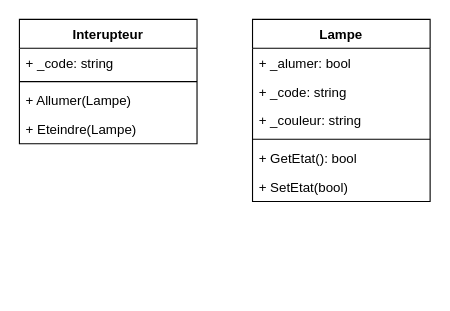
This is page "ACT 1_Ter POO : ALLUMER LA LAMPE" (3 of 3) of UAA14.drawio from Limacha/UAA14, a draw.io file, before an edit. Source tidied: cells renumbered, new cells numbered last; positions are measured from the earlier drawing's top-left corner, leaving out a move shared by most shapes. Both pictures are drawn from the tidied source at 111%, with x=0, y=0 at pixel (19, 19).
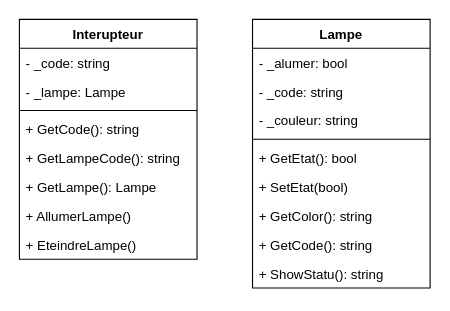
After the change.

Diff of the diagram source:
```diff
@@
     <mxCell id="2" value="Interupteur" style="swimlane;fontStyle=1;align=center;verticalAlign=top;horizontal=1;startSize=26;whiteSpace=wrap;html=1;" parent="1" vertex="1">
-      <mxGeometry width="160" height="112" as="geometry" />
+      <mxGeometry width="160" height="216" as="geometry" />
     </mxCell>
-    <mxCell id="3" value="+ _code: string" style="text;strokeColor=none;fillColor=none;align=left;verticalAlign=top;spacingLeft=4;spacingRight=4;overflow=hidden;whiteSpace=wrap;html=1;" parent="2" vertex="1">
+    <mxCell id="3" value="- _code: string" style="text;strokeColor=none;fillColor=none;align=left;verticalAlign=top;spacingLeft=4;spacingRight=4;overflow=hidden;whiteSpace=wrap;html=1;" parent="2" vertex="1">
       <mxGeometry y="26" width="160" height="26" as="geometry" />
     </mxCell>
+    <mxCell id="14" value="- _lampe: Lampe" style="text;strokeColor=none;fillColor=none;align=left;verticalAlign=top;spacingLeft=4;spacingRight=4;overflow=hidden;whiteSpace=wrap;html=1;" parent="2" vertex="1">
+      <mxGeometry y="52" width="160" height="26" as="geometry" />
+    </mxCell>
     <mxCell id="4" style="line;strokeWidth=1;fillColor=none;align=left;verticalAlign=middle;spacingTop=-1;spacingLeft=3;spacingRight=3;labelPosition=right;strokeColor=inherit;" parent="2" vertex="1">
-      <mxGeometry y="52" width="160" height="8" as="geometry" />
+      <mxGeometry y="78" width="160" height="8" as="geometry" />
     </mxCell>
-    <mxCell id="5" value="+ Allumer(Lampe)" style="text;strokeColor=none;fillColor=none;align=left;verticalAlign=top;spacingLeft=4;spacingRight=4;overflow=hidden;whiteSpace=wrap;html=1;" parent="2" vertex="1">
-      <mxGeometry y="60" width="160" height="26" as="geometry" />
+    <mxCell id="5" value="+ GetCode(): string" style="text;strokeColor=none;fillColor=none;align=left;verticalAlign=top;spacingLeft=4;spacingRight=4;overflow=hidden;whiteSpace=wrap;html=1;" parent="2" vertex="1">
+      <mxGeometry y="86" width="160" height="26" as="geometry" />
     </mxCell>
-    <mxCell id="6" value="+ Eteindre(Lampe)" style="text;strokeColor=none;fillColor=none;align=left;verticalAlign=top;spacingLeft=4;spacingRight=4;overflow=hidden;whiteSpace=wrap;html=1;" parent="2" vertex="1">
-      <mxGeometry y="86" width="160" height="26" as="geometry" />
+    <mxCell id="6" value="+ GetLampeCode(): string" style="text;strokeColor=none;fillColor=none;align=left;verticalAlign=top;spacingLeft=4;spacingRight=4;overflow=hidden;whiteSpace=wrap;html=1;" parent="2" vertex="1">
+      <mxGeometry y="112" width="160" height="26" as="geometry" />
     </mxCell>
+    <mxCell id="15" value="+ GetLampe(): Lampe" style="text;strokeColor=none;fillColor=none;align=left;verticalAlign=top;spacingLeft=4;spacingRight=4;overflow=hidden;whiteSpace=wrap;html=1;" parent="2" vertex="1">
+      <mxGeometry y="138" width="160" height="26" as="geometry" />
+    </mxCell>
+    <mxCell id="16" value="+ AllumerLampe()" style="text;strokeColor=none;fillColor=none;align=left;verticalAlign=top;spacingLeft=4;spacingRight=4;overflow=hidden;whiteSpace=wrap;html=1;" parent="2" vertex="1">
+      <mxGeometry y="164" width="160" height="26" as="geometry" />
+    </mxCell>
+    <mxCell id="17" value="+ EteindreLampe()" style="text;strokeColor=none;fillColor=none;align=left;verticalAlign=top;spacingLeft=4;spacingRight=4;overflow=hidden;whiteSpace=wrap;html=1;" parent="2" vertex="1">
+      <mxGeometry y="190" width="160" height="26" as="geometry" />
+    </mxCell>
     <mxCell id="7" value="Lampe" style="swimlane;fontStyle=1;align=center;verticalAlign=top;horizontal=1;startSize=26;whiteSpace=wrap;html=1;" parent="1" vertex="1">
-      <mxGeometry x="210" width="160" height="164" as="geometry" />
+      <mxGeometry x="210" width="160" height="242" as="geometry" />
     </mxCell>
-    <mxCell id="8" value="+ _alumer: bool" style="text;strokeColor=none;fillColor=none;align=left;verticalAlign=top;spacingLeft=4;spacingRight=4;overflow=hidden;whiteSpace=wrap;html=1;" parent="7" vertex="1">
+    <mxCell id="8" value="- _alumer: bool" style="text;strokeColor=none;fillColor=none;align=left;verticalAlign=top;spacingLeft=4;spacingRight=4;overflow=hidden;whiteSpace=wrap;html=1;" parent="7" vertex="1">
       <mxGeometry y="26" width="160" height="26" as="geometry" />
     </mxCell>
-    <mxCell id="9" value="+ _code: string" style="text;strokeColor=none;fillColor=none;align=left;verticalAlign=top;spacingLeft=4;spacingRight=4;overflow=hidden;whiteSpace=wrap;html=1;" parent="7" vertex="1">
+    <mxCell id="9" value="- _code: string" style="text;strokeColor=none;fillColor=none;align=left;verticalAlign=top;spacingLeft=4;spacingRight=4;overflow=hidden;whiteSpace=wrap;html=1;" parent="7" vertex="1">
       <mxGeometry y="52" width="160" height="26" as="geometry" />
     </mxCell>
-    <mxCell id="10" value="+ _couleur: string" style="text;strokeColor=none;fillColor=none;align=left;verticalAlign=top;spacingLeft=4;spacingRight=4;overflow=hidden;whiteSpace=wrap;html=1;" parent="7" vertex="1">
+    <mxCell id="10" value="- _couleur: string" style="text;strokeColor=none;fillColor=none;align=left;verticalAlign=top;spacingLeft=4;spacingRight=4;overflow=hidden;whiteSpace=wrap;html=1;" parent="7" vertex="1">
       <mxGeometry y="78" width="160" height="26" as="geometry" />
     </mxCell>
@@
+    <mxCell id="18" value="+ GetColor(): string" style="text;strokeColor=none;fillColor=none;align=left;verticalAlign=top;spacingLeft=4;spacingRight=4;overflow=hidden;whiteSpace=wrap;html=1;" parent="7" vertex="1">
+      <mxGeometry y="164" width="160" height="26" as="geometry" />
+    </mxCell>
+    <mxCell id="19" value="+ GetCode(): string" style="text;strokeColor=none;fillColor=none;align=left;verticalAlign=top;spacingLeft=4;spacingRight=4;overflow=hidden;whiteSpace=wrap;html=1;" parent="7" vertex="1">
+      <mxGeometry y="190" width="160" height="26" as="geometry" />
+    </mxCell>
+    <mxCell id="20" value="+ ShowStatu(): string" style="text;strokeColor=none;fillColor=none;align=left;verticalAlign=top;spacingLeft=4;spacingRight=4;overflow=hidden;whiteSpace=wrap;html=1;" parent="7" vertex="1">
+      <mxGeometry y="216" width="160" height="26" as="geometry" />
+    </mxCell>
```
